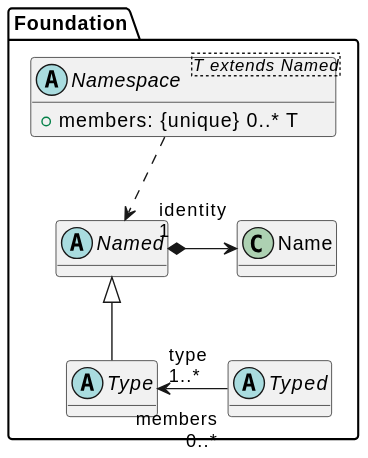
Earlier version of the PlantUML export docs/metamodel-foundation.svg (sdm-lang/sdml-io).
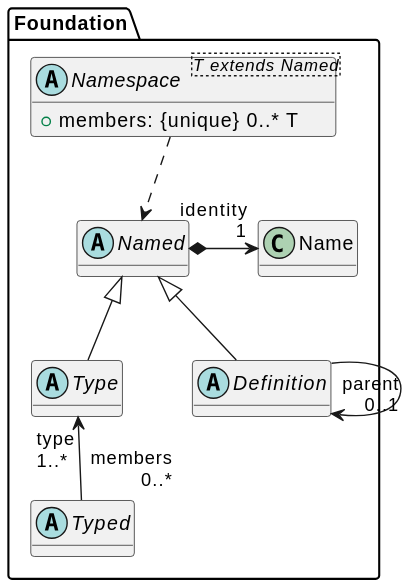
After the commit.

Diff of the diagram source:
```diff
@@ -12,12 +12,16 @@
     class Name {}
 
     g_Namespace ..> Named
-    Named *---right---> "identity\l1" Name
+    Named *---right---> "identity\r1" Name
+
+    abstract class Definition {}
+    Definition -up-|> Named
+    Definition ---> "parent\r0..1" Definition
 
     abstract class Type {}
     abstract class Typed {}
 
     Type -up-|> Named
-    Typed "members\r0..*" ---left---> "type\l1..*" Type
+    Typed "members\r0..*" -up-> "type\l1..*" Type
 }
 @enduml
```
